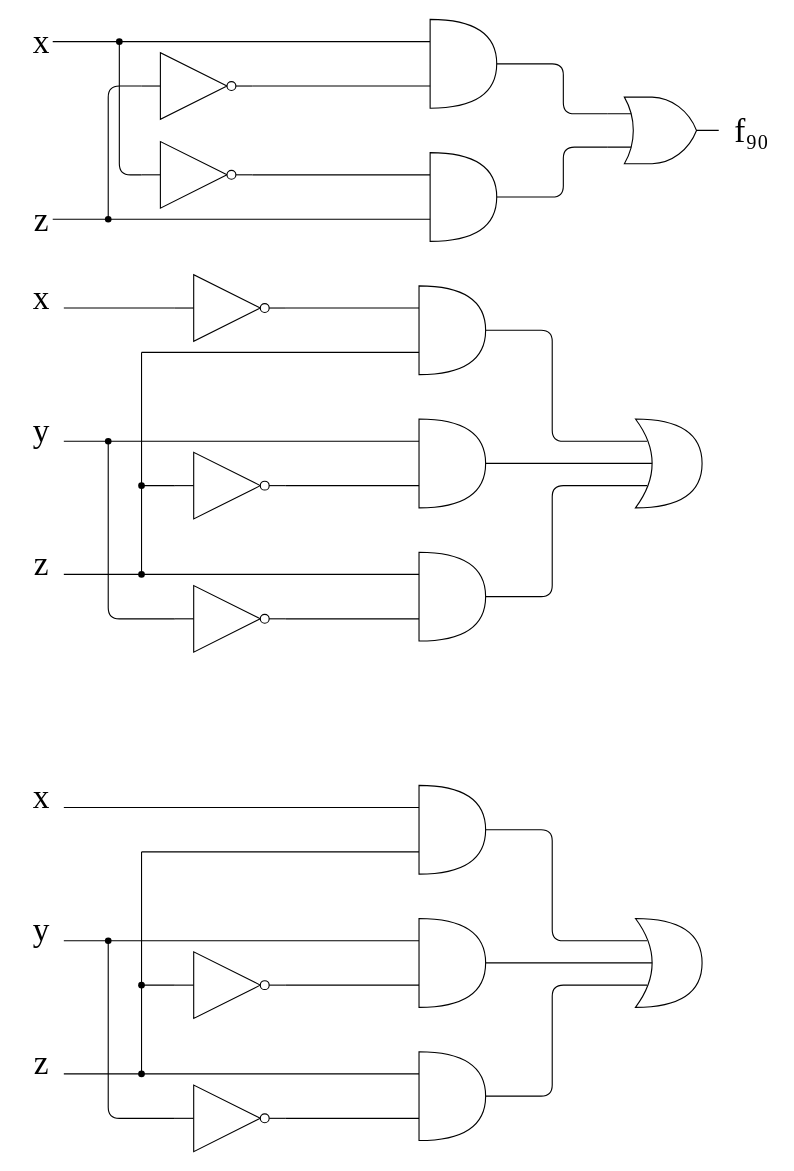
This is L演習2.drawio from PoriPoriPori/Pori, a draw.io file, before an edit. Source tidied: cells renumbered, new cells numbered last; positions are measured from the earlier drawing's top-left corner, leaving out a move shared by most shapes. Both pictures are drawn from the tidied source at 111%, with x=0, y=0 at pixel (19, 19).
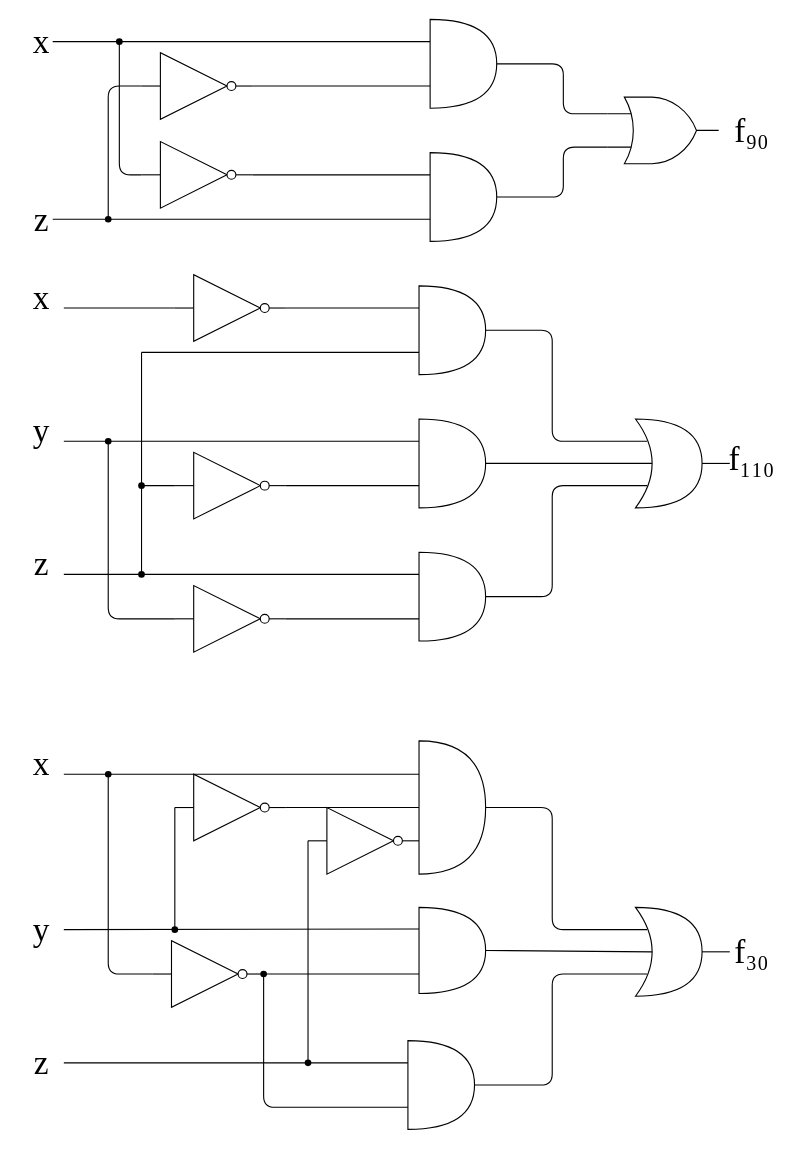
The same diagram, later.

The change refers to these unchanged cells:
```xml
<mxCell id="24" style="shape=xor;whiteSpace=wrap;html=1;" parent="23" vertex="1">
  <mxGeometry x="555" y="130" width="60" height="80" as="geometry" />
</mxCell>
<mxCell id="57" value="&lt;font style=&quot;font-size: 30px&quot; face=&quot;Times New Roman&quot;&gt;z&lt;/font&gt;" style="text;html=1;strokeColor=none;fillColor=none;align=center;verticalAlign=middle;whiteSpace=wrap;rounded=0;shadow=0;sketch=0;" parent="1" vertex="1">
  <mxGeometry y="930" width="40" height="20" as="geometry" />
</mxCell>
<mxCell id="58" value="&lt;font style=&quot;font-size: 30px&quot; face=&quot;Times New Roman&quot;&gt;y&lt;/font&gt;" style="text;html=1;strokeColor=none;fillColor=none;align=center;verticalAlign=middle;whiteSpace=wrap;rounded=0;shadow=0;sketch=0;" parent="1" vertex="1">
  <mxGeometry y="810" width="40" height="20" as="geometry" />
</mxCell>
```

What changed in the source:
```diff
@@
-    <mxCell id="52" style="verticalLabelPosition=bottom;shadow=0;dashed=0;align=center;html=1;verticalAlign=top;shape=mxgraph.electrical.logic_gates.inverter_2;sketch=0;strokeColor=#000000;fillColor=#ffffff;" parent="1" vertex="1">
-      <mxGeometry x="140" y="960" width="100" height="60" as="geometry" />
-    </mxCell>
-    <mxCell id="53" style="endArrow=none;html=1;entryX=1;entryY=0.5;entryDx=0;entryDy=0;entryPerimeter=0;exitX=0;exitY=0.75;exitDx=0;exitDy=0;exitPerimeter=0;" parent="1" edge="1" source="62" target="52">
-      <mxGeometry relative="1" as="geometry" />
-    </mxCell>
     <mxCell id="54" style="shape=xor;whiteSpace=wrap;html=1;" parent="1" vertex="1">
-      <mxGeometry x="555" y="810" width="60" height="80" as="geometry" />
+      <mxGeometry x="555" y="800" width="60" height="80" as="geometry" />
     </mxCell>
+    <mxCell id="79" style="edgeStyle=orthogonalEdgeStyle;rounded=0;jettySize=auto;html=1;exitX=0;exitY=0.75;exitDx=0;exitDy=0;exitPerimeter=0;entryX=1;entryY=0.5;entryDx=0;entryDy=0;entryPerimeter=0;" parent="1" edge="1" source="55" target="86">
+      <mxGeometry relative="1" as="geometry" />
+    </mxCell>
     <mxCell id="55" style="shape=or;whiteSpace=wrap;html=1;" parent="1" vertex="1">
-      <mxGeometry x="360" y="690" width="60" height="80" as="geometry" />
+      <mxGeometry x="360" y="650" width="60" height="120" as="geometry" />
     </mxCell>
     <mxCell id="56" value="&lt;font style=&quot;font-size: 30px&quot; face=&quot;Times New Roman&quot;&gt;x&lt;/font&gt;" style="text;html=1;strokeColor=none;fillColor=none;align=center;verticalAlign=middle;whiteSpace=wrap;rounded=0;shadow=0;sketch=0;" parent="1" vertex="1">
-      <mxGeometry y="690" width="40" height="20" as="geometry" />
+      <mxGeometry y="660" width="40" height="20" as="geometry" />
     </mxCell>
@@
-    <mxCell id="60" style="endArrow=none;html=1;entryX=1;entryY=1;entryDx=0;entryDy=0;exitX=0;exitY=0.25;exitDx=0;exitDy=0;exitPerimeter=0;" parent="1" edge="1" source="61" target="58">
+    <mxCell id="60" style="endArrow=none;html=1;entryX=1;entryY=0.5;entryDx=0;entryDy=0;exitX=0;exitY=0.25;exitDx=0;exitDy=0;exitPerimeter=0;" parent="1" edge="1" source="61" target="58">
       <mxGeometry y="680" as="geometry" />
     </mxCell>
     <mxCell id="61" style="shape=or;whiteSpace=wrap;html=1;" parent="1" vertex="1">
-      <mxGeometry x="360" y="810" width="60" height="80" as="geometry" />
+      <mxGeometry x="360" y="800" width="60" height="77.5" as="geometry" />
     </mxCell>
     <mxCell id="62" style="shape=or;whiteSpace=wrap;html=1;" parent="1" vertex="1">
-      <mxGeometry x="360" y="930" width="60" height="80" as="geometry" />
+      <mxGeometry x="350" y="920" width="60" height="80" as="geometry" />
     </mxCell>
     <mxCell id="63" style="verticalLabelPosition=bottom;shadow=0;dashed=0;align=center;html=1;verticalAlign=top;shape=mxgraph.electrical.logic_gates.inverter_2;sketch=0;strokeColor=#000000;fillColor=#ffffff;" parent="1" vertex="1">
-      <mxGeometry x="140" y="840" width="100" height="60" as="geometry" />
+      <mxGeometry x="140" y="680" width="100" height="60" as="geometry" />
     </mxCell>
-    <mxCell id="64" style="endArrow=none;html=1;exitX=0;exitY=0.5;exitDx=0;exitDy=0;exitPerimeter=0;" parent="1" edge="1" source="63">
-      <mxGeometry y="680" as="geometry">
-        <mxPoint x="110" y="870" as="targetPoint" />
-      </mxGeometry>
-    </mxCell>
-    <mxCell id="65" style="endArrow=none;html=1;exitX=1;exitY=0.5;exitDx=0;exitDy=0;exitPerimeter=0;entryX=0;entryY=0.75;entryDx=0;entryDy=0;entryPerimeter=0;" parent="1" edge="1" source="63" target="61">
+    <mxCell id="65" style="endArrow=none;html=1;exitX=1;exitY=0.5;exitDx=0;exitDy=0;exitPerimeter=0;entryX=0;entryY=0.5;entryDx=0;entryDy=0;entryPerimeter=0;" parent="1" edge="1" source="63" target="55">
       <mxGeometry y="680" as="geometry" />
     </mxCell>
-    <mxCell id="66" style="endArrow=none;html=1;exitX=0;exitY=0.5;exitDx=0;exitDy=0;exitPerimeter=0;" parent="1" edge="1" source="52">
-      <mxGeometry y="680" as="geometry">
-        <mxPoint x="80" y="830" as="targetPoint" />
-        <Array as="points">
-          <mxPoint x="80" y="990" />
-        </Array>
-      </mxGeometry>
-    </mxCell>
-    <mxCell id="67" style="endArrow=none;html=1;exitDx=0;exitDy=0;exitPerimeter=0;startArrow=none;" parent="1" edge="1" source="77">
+    <mxCell id="67" style="endArrow=none;html=1;exitDx=0;exitDy=0;exitPerimeter=0;startArrow=none;" parent="1" edge="1">
       <mxGeometry y="680" as="geometry">
+        <mxPoint x="110" y="950" as="sourcePoint" />
         <mxPoint x="110" y="950" as="targetPoint" />
       </mxGeometry>
     </mxCell>
-    <mxCell id="68" style="endArrow=none;html=1;exitX=1;exitY=1;exitDx=0;exitDy=0;" parent="1" edge="1" source="57">
-      <mxGeometry y="680" as="geometry">
-        <mxPoint x="110" y="950" as="targetPoint" />
-      </mxGeometry>
-    </mxCell>
-    <mxCell id="69" style="endArrow=none;html=1;startArrow=none;" parent="1" edge="1" source="75">
-      <mxGeometry y="680" as="geometry">
-        <mxPoint x="110" y="750" as="targetPoint" />
-      </mxGeometry>
-    </mxCell>
-    <mxCell id="70" style="endArrow=none;html=1;exitX=0;exitY=0.75;exitDx=0;exitDy=0;exitPerimeter=0;" parent="1" edge="1" source="55">
-      <mxGeometry y="680" as="geometry">
-        <mxPoint x="110" y="750" as="targetPoint" />
-      </mxGeometry>
-    </mxCell>
     <mxCell id="71" style="endArrow=none;html=1;entryX=1;entryY=0.5;entryDx=0;entryDy=0;entryPerimeter=0;exitX=0.175;exitY=0.25;exitDx=0;exitDy=0;exitPerimeter=0;" parent="1" edge="1" source="54" target="55">
       <mxGeometry y="680" as="geometry">
         <Array as="points">
-          <mxPoint x="480" y="830" />
-          <mxPoint x="480" y="730" />
+          <mxPoint x="480" y="820" />
+          <mxPoint x="480" y="710" />
         </Array>
       </mxGeometry>
     </mxCell>
@@
     <mxCell id="73" style="endArrow=none;html=1;entryX=1;entryY=0.5;entryDx=0;entryDy=0;entryPerimeter=0;exitX=0.175;exitY=0.75;exitDx=0;exitDy=0;exitPerimeter=0;" parent="1" edge="1" source="54" target="62">
       <mxGeometry y="680" as="geometry">
         <Array as="points">
-          <mxPoint x="480" y="870" />
-          <mxPoint x="480" y="970" />
+          <mxPoint x="480" y="860" />
+          <mxPoint x="480" y="960" />
         </Array>
       </mxGeometry>
     </mxCell>
-    <mxCell id="74" style="shape=waypoint;sketch=0;fillStyle=solid;size=6;fillColor=none;perimeter=centerPerimeter;" parent="1" vertex="1">
-      <mxGeometry x="60" y="810" width="40" height="40" as="geometry" />
-    </mxCell>
-    <mxCell id="75" style="shape=waypoint;sketch=0;fillStyle=solid;size=6;points=[];fillColor=none;perimeter=centerPerimeter;snapToPoint=1;" parent="1" vertex="1">
-      <mxGeometry x="90" y="850" width="40" height="40" as="geometry" />
-    </mxCell>
-    <mxCell id="76" style="endArrow=none;html=1;" parent="1" edge="1" target="75">
-      <mxGeometry y="680" as="geometry">
-        <mxPoint x="110" y="950" as="sourcePoint" />
-      </mxGeometry>
-    </mxCell>
-    <mxCell id="77" style="shape=waypoint;sketch=0;fillStyle=solid;size=6;points=[];fillColor=none;perimeter=centerPerimeter;snapToPoint=1;" parent="1" vertex="1">
-      <mxGeometry x="90" y="930" width="40" height="40" as="geometry" />
-    </mxCell>
-    <mxCell id="78" style="endArrow=none;html=1;exitX=0;exitY=0.25;exitDx=0;exitDy=0;exitPerimeter=0;" parent="1" edge="1" source="62" target="77">
+    <mxCell id="78" style="endArrow=none;html=1;exitDx=0;exitDy=0;exitPerimeter=0;entryX=1;entryY=0.5;entryDx=0;entryDy=0;entryPerimeter=0;startArrow=none;" parent="1" edge="1" source="89" target="57">
       <mxGeometry y="680" as="geometry" />
     </mxCell>
+    <mxCell id="80" style="endArrow=none;html=1;entryX=0;entryY=0.5;entryDx=0;entryDy=0;entryPerimeter=0;" parent="1" edge="1" target="81">
+      <mxGeometry relative="1" as="geometry">
+        <mxPoint x="80" y="680" as="sourcePoint" />
+        <Array as="points">
+          <mxPoint x="80" y="860" />
+        </Array>
+      </mxGeometry>
+    </mxCell>
+    <mxCell id="81" style="verticalLabelPosition=bottom;shadow=0;dashed=0;align=center;html=1;verticalAlign=top;shape=mxgraph.electrical.logic_gates.inverter_2;sketch=0;strokeColor=#000000;fillColor=#ffffff;" parent="1" vertex="1">
+      <mxGeometry x="120" y="830" width="100" height="60" as="geometry" />
+    </mxCell>
+    <mxCell id="82" style="endArrow=none;html=1;exitX=1;exitY=0.5;exitDx=0;exitDy=0;exitPerimeter=0;" parent="1" edge="1" source="81">
+      <mxGeometry relative="1" as="geometry">
+        <mxPoint x="360" y="860" as="targetPoint" />
+      </mxGeometry>
+    </mxCell>
+    <mxCell id="83" style="endArrow=none;html=1;entryX=0;entryY=0.75;entryDx=0;entryDy=0;entryPerimeter=0;" parent="1" edge="1" target="62">
+      <mxGeometry relative="1" as="geometry">
+        <mxPoint x="220" y="860" as="sourcePoint" />
+        <Array as="points">
+          <mxPoint x="220" y="980" />
+        </Array>
+      </mxGeometry>
+    </mxCell>
+    <mxCell id="84" style="endArrow=none;html=1;exitX=0;exitY=0.5;exitDx=0;exitDy=0;exitPerimeter=0;" parent="1" edge="1" source="63">
+      <mxGeometry relative="1" as="geometry">
+        <mxPoint x="140" y="820" as="targetPoint" />
+      </mxGeometry>
+    </mxCell>
+    <mxCell id="85" style="endArrow=none;html=1;entryX=0;entryY=0.5;entryDx=0;entryDy=0;entryPerimeter=0;" parent="1" edge="1" target="86">
+      <mxGeometry relative="1" as="geometry">
+        <mxPoint x="260" y="940" as="sourcePoint" />
+      </mxGeometry>
+    </mxCell>
+    <mxCell id="86" style="verticalLabelPosition=bottom;shadow=0;dashed=0;align=center;html=1;verticalAlign=top;shape=mxgraph.electrical.logic_gates.inverter_2;sketch=0;strokeColor=#000000;fillColor=#ffffff;" parent="1" vertex="1">
+      <mxGeometry x="260" y="710" width="100" height="60" as="geometry" />
+    </mxCell>
+    <mxCell id="87" style="shape=waypoint;sketch=0;fillStyle=solid;size=6;fillColor=none;perimeter=centerPerimeter;" parent="1" vertex="1">
+      <mxGeometry x="60" y="660" width="40" height="40" as="geometry" />
+    </mxCell>
+    <mxCell id="88" style="shape=waypoint;sketch=0;fillStyle=solid;size=6;fillColor=none;perimeter=centerPerimeter;" parent="1" vertex="1">
+      <mxGeometry x="120" y="800" width="40" height="40" as="geometry" />
+    </mxCell>
+    <mxCell id="89" style="shape=waypoint;sketch=0;fillStyle=solid;size=6;points=[];fillColor=none;perimeter=centerPerimeter;snapToPoint=1;" parent="1" vertex="1">
+      <mxGeometry x="240" y="920" width="40" height="40" as="geometry" />
+    </mxCell>
+    <mxCell id="90" style="endArrow=none;html=1;exitX=0;exitY=0.25;exitDx=0;exitDy=0;exitPerimeter=0;entryDx=0;entryDy=0;entryPerimeter=0;" parent="1" edge="1" source="62" target="89">
+      <mxGeometry y="680" as="geometry" />
+    </mxCell>
+    <mxCell id="91" style="shape=waypoint;sketch=0;fillStyle=solid;size=6;fillColor=none;perimeter=centerPerimeter;" parent="1" vertex="1">
+      <mxGeometry x="200" y="840" width="40" height="40" as="geometry" />
+    </mxCell>
+    <mxCell id="92" value="&lt;div style=&quot;font-size: 30px&quot;&gt;&lt;font style=&quot;font-size: 30px&quot; face=&quot;Times New Roman&quot;&gt;f₁₁₀&lt;/font&gt;&lt;/div&gt;" style="text;html=1;strokeColor=none;fillColor=none;align=center;verticalAlign=middle;whiteSpace=wrap;rounded=0;shadow=0;sketch=0;" parent="1" vertex="1">
+      <mxGeometry x="640" y="385" width="40" height="20" as="geometry" />
+    </mxCell>
+    <mxCell id="93" style="endArrow=none;html=1;exitX=1;exitY=0.5;exitDx=0;exitDy=0;exitPerimeter=0;entryX=0;entryY=0.75;entryDx=0;entryDy=0;" parent="1" edge="1" source="24" target="92">
+      <mxGeometry relative="1" as="geometry" />
+    </mxCell>
+    <mxCell id="94" value="&lt;div style=&quot;font-size: 30px&quot;&gt;&lt;font style=&quot;font-size: 30px&quot; face=&quot;Times New Roman&quot;&gt;f₃₀&lt;/font&gt;&lt;/div&gt;" style="text;html=1;strokeColor=none;fillColor=none;align=center;verticalAlign=middle;whiteSpace=wrap;rounded=0;shadow=0;sketch=0;" parent="1" vertex="1">
+      <mxGeometry x="640" y="830" width="40" height="20" as="geometry" />
+    </mxCell>
+    <mxCell id="95" style="endArrow=none;html=1;exitX=1;exitY=0.5;exitDx=0;exitDy=0;exitPerimeter=0;entryX=0;entryY=0.5;entryDx=0;entryDy=0;" parent="1" edge="1" source="54" target="94">
+      <mxGeometry relative="1" as="geometry" />
+    </mxCell>
```
